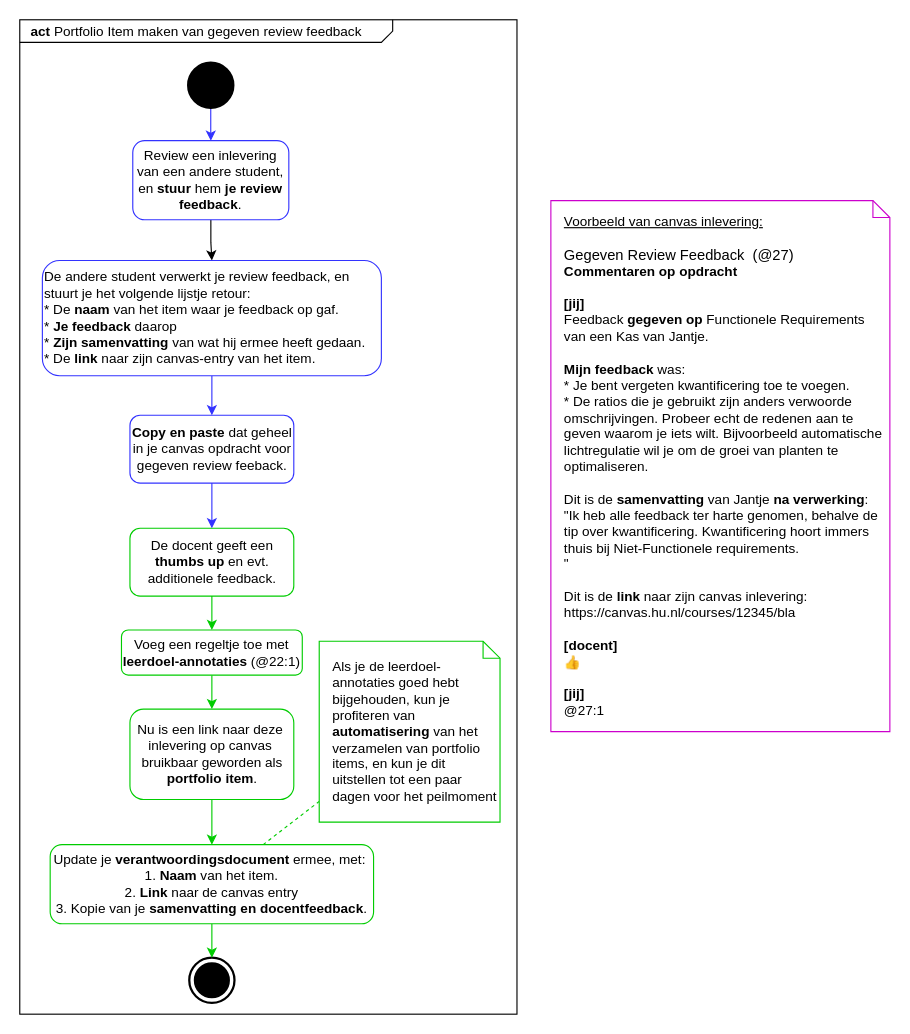
Earlier version of the draw.io diagram page "Feedback" (3 of 4) of organisatorisch/werkwijze_drawio/werkwijze_s3.drawio (HU-TI-DEV/TI-S3). Source tidied: cells renumbered, new cells numbered last; positions are measured from the earlier drawing's top-left corner, leaving out a move shared by most shapes. Both pictures are drawn from the tidied source at 113%, with x=0, y=0 at pixel (19, 19).
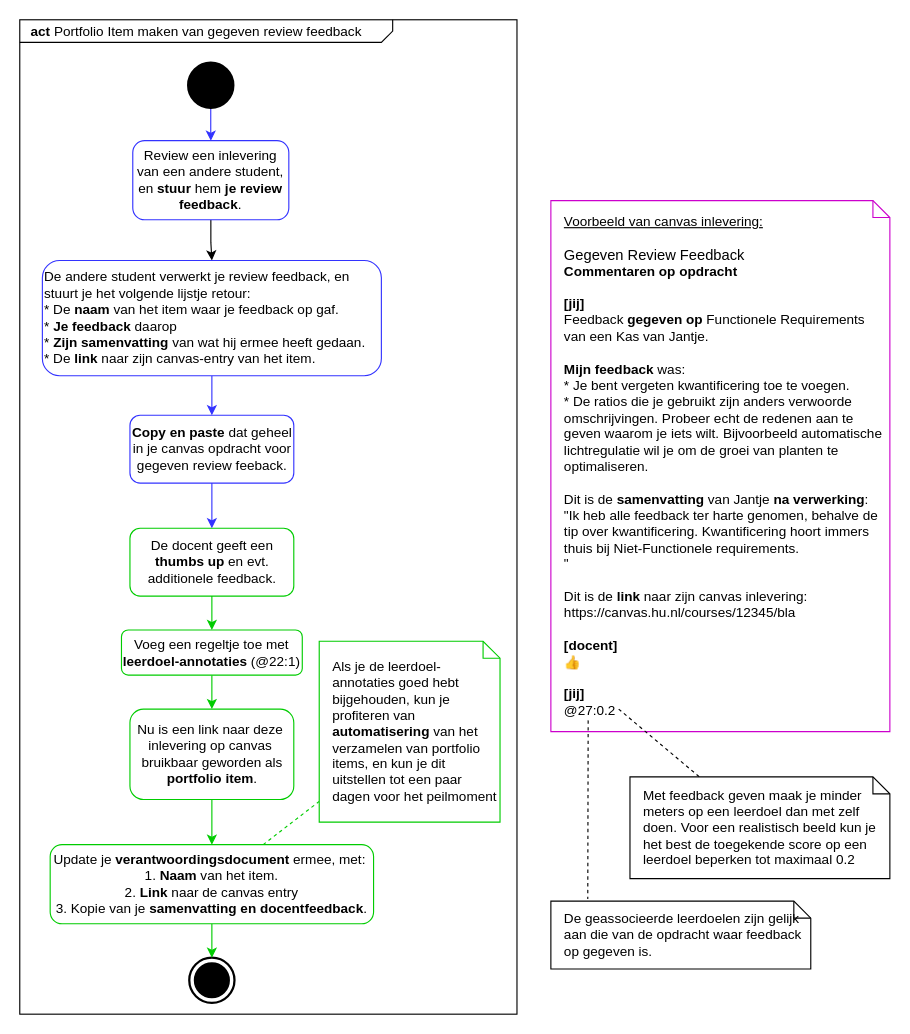
The same diagram, later.

Commit message (it also covers changes not shown here):
fix typo werkwijze projectbijdrage. added comments werkwijze feedback.

Diff of the diagram source:
```diff
@@
-    <mxCell id="24" value="&lt;u&gt;Voorbeeld van canvas inlevering:&lt;br&gt;&lt;/u&gt;&lt;br&gt;&lt;font style=&quot;font-size: 13px;&quot;&gt;Gegeven Review Feedback&amp;nbsp; (@27)&lt;/font&gt;&lt;br&gt;&lt;b&gt;Commentaren op opdracht&lt;br&gt;&lt;/b&gt;&lt;br&gt;&lt;b&gt;[jij]&lt;/b&gt;&lt;br&gt;Feedback &lt;b&gt;gegeven op&lt;/b&gt; Functionele Requirements van een Kas van Jantje.&lt;br&gt;&lt;br&gt;&lt;b&gt;Mijn feedback&lt;/b&gt; was:&lt;br&gt;* Je bent vergeten kwantificering toe te voegen.&lt;br style=&quot;border-color: var(--border-color);&quot;&gt;* De ratios die je gebruikt zijn anders verwoorde omschrijvingen. Probeer echt de redenen aan te geven waarom je iets wilt. Bijvoorbeeld automatische lichtregulatie wil je om de groei van planten te optimaliseren.&lt;br&gt;&lt;br&gt;Dit is de &lt;b&gt;samenvatting&lt;/b&gt; van Jantje &lt;b&gt;na verwerking&lt;/b&gt;:&lt;br&gt;&quot;Ik heb alle feedback ter harte genomen, behalve de tip over kwantificering. Kwantificering hoort immers thuis bij Niet-Functionele requirements.&lt;br&gt;&quot;&lt;br&gt;&lt;br&gt;Dit is de &lt;b&gt;link&lt;/b&gt; naar zijn canvas inlevering:&lt;br&gt;https://canvas.hu.nl/courses/12345/bla&lt;br&gt;&lt;br&gt;&lt;b&gt;[docent]&lt;/b&gt;&lt;br&gt;&lt;div&gt;👍&lt;/div&gt;&lt;div&gt;&lt;br&gt;&lt;/div&gt;&lt;div&gt;&lt;b&gt;[jij]&lt;/b&gt;&lt;/div&gt;&lt;div&gt;@27:1&lt;/div&gt;" style="shape=note;size=15;align=left;spacingLeft=10;html=1;whiteSpace=wrap;strokeColor=#CC00CC;" parent="5" vertex="1">
+    <mxCell id="24" value="&lt;u&gt;Voorbeeld van canvas inlevering:&lt;br&gt;&lt;/u&gt;&lt;br&gt;&lt;font style=&quot;font-size: 13px;&quot;&gt;Gegeven Review Feedback&lt;/font&gt;&lt;br&gt;&lt;b&gt;Commentaren op opdracht&lt;br&gt;&lt;/b&gt;&lt;br&gt;&lt;b&gt;[jij]&lt;/b&gt;&lt;br&gt;Feedback &lt;b&gt;gegeven op&lt;/b&gt; Functionele Requirements van een Kas van Jantje.&lt;br&gt;&lt;br&gt;&lt;b&gt;Mijn feedback&lt;/b&gt; was:&lt;br&gt;* Je bent vergeten kwantificering toe te voegen.&lt;br style=&quot;border-color: var(--border-color);&quot;&gt;* De ratios die je gebruikt zijn anders verwoorde omschrijvingen. Probeer echt de redenen aan te geven waarom je iets wilt. Bijvoorbeeld automatische lichtregulatie wil je om de groei van planten te optimaliseren.&lt;br&gt;&lt;br&gt;Dit is de &lt;b&gt;samenvatting&lt;/b&gt; van Jantje &lt;b&gt;na verwerking&lt;/b&gt;:&lt;br&gt;&quot;Ik heb alle feedback ter harte genomen, behalve de tip over kwantificering. Kwantificering hoort immers thuis bij Niet-Functionele requirements.&lt;br&gt;&quot;&lt;br&gt;&lt;br&gt;Dit is de &lt;b&gt;link&lt;/b&gt; naar zijn canvas inlevering:&lt;br&gt;https://canvas.hu.nl/courses/12345/bla&lt;br&gt;&lt;br&gt;&lt;b&gt;[docent]&lt;/b&gt;&lt;br&gt;&lt;div&gt;👍&lt;/div&gt;&lt;div&gt;&lt;br&gt;&lt;/div&gt;&lt;div&gt;&lt;b&gt;[jij]&lt;/b&gt;&lt;/div&gt;&lt;div&gt;@27:0.2&lt;/div&gt;" style="shape=note;size=15;align=left;spacingLeft=10;html=1;whiteSpace=wrap;strokeColor=#CC00CC;" parent="5" vertex="1">
       <mxGeometry x="470" y="160" width="300" height="470" as="geometry" />
     </mxCell>
@@
+    <mxCell id="26" value="De geassocieerde leerdoelen zijn gelijk aan die van de opdracht waar feedback op gegeven is.&amp;nbsp;" style="shape=note;size=15;align=left;spacingLeft=10;html=1;whiteSpace=wrap;" parent="5" vertex="1">
+      <mxGeometry x="470" y="780" width="230" height="60" as="geometry" />
+    </mxCell>
+    <mxCell id="27" value="Met feedback geven maak je minder meters op een leerdoel dan met zelf doen. Voor een realistisch beeld kun je het best de toegekende score op een leerdoel beperken tot maximaal 0.2" style="shape=note;size=15;align=left;spacingLeft=10;html=1;whiteSpace=wrap;" parent="5" vertex="1">
+      <mxGeometry x="540" y="670" width="230" height="90" as="geometry" />
+    </mxCell>
+    <mxCell id="28" style="endArrow=none;dashed=1;html=1;rounded=0;" parent="5" edge="1" target="27">
+      <mxGeometry relative="1" as="geometry">
+        <mxPoint x="530" y="610" as="sourcePoint" />
+      </mxGeometry>
+    </mxCell>
+    <mxCell id="29" style="endArrow=none;dashed=1;html=1;rounded=0;entryX=0.142;entryY=-0.033;entryDx=0;entryDy=0;entryPerimeter=0;" parent="5" edge="1" target="26">
+      <mxGeometry relative="1" as="geometry">
+        <mxPoint x="503" y="620" as="sourcePoint" />
+      </mxGeometry>
+    </mxCell>
```
